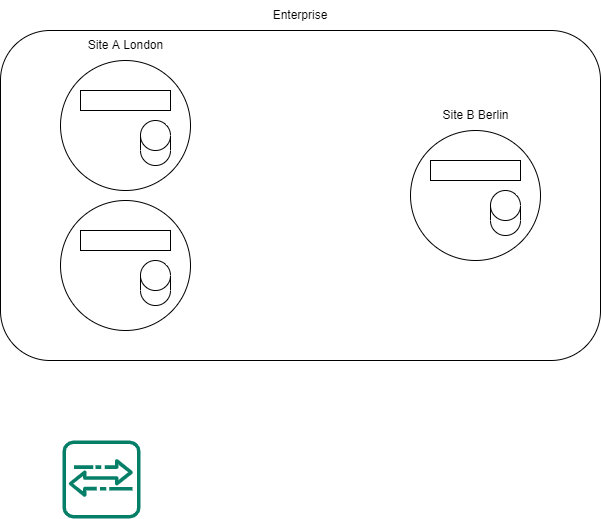
The draw.io diagram images/Imprivata.drawio.png in Radriverron/radriverron.github.io, before a commit. Source tidied: cells renumbered, new cells last; positions are measured from the earlier drawing's top-left corner, leaving out a move shared by most shapes.
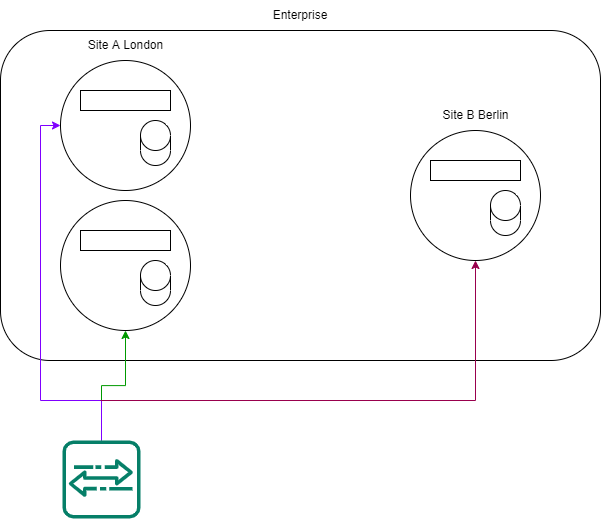
The same file after the commit.

What changed in the source:
```diff
@@ -41,6 +41,24 @@
     <mxCell id="14" style="shape=cylinder3;whiteSpace=wrap;html=1;boundedLbl=1;backgroundOutline=1;size=15;" parent="1" vertex="1">
       <mxGeometry x="140" y="260" width="30" height="45" as="geometry" />
     </mxCell>
+    <mxCell id="16" style="edgeStyle=orthogonalEdgeStyle;rounded=0;jettySize=auto;html=1;entryX=0.5;entryY=1;entryDx=0;entryDy=0;fillColor=#d5e8d4;strokeColor=#009900;" parent="1" edge="1" source="15" target="4">
+      <mxGeometry relative="1" as="geometry" />
+    </mxCell>
+    <mxCell id="17" style="edgeStyle=orthogonalEdgeStyle;rounded=0;jettySize=auto;html=1;entryX=0;entryY=0.5;entryDx=0;entryDy=0;strokeColor=#7F00FF;" parent="1" edge="1" target="3">
+      <mxGeometry relative="1" as="geometry">
+        <mxPoint x="101" y="440" as="sourcePoint" />
+        <Array as="points">
+          <mxPoint x="101" y="400" />
+          <mxPoint x="40" y="400" />
+          <mxPoint x="40" y="125" />
+        </Array>
+      </mxGeometry>
+    </mxCell>
+    <mxCell id="18" style="edgeStyle=orthogonalEdgeStyle;rounded=0;jettySize=auto;html=1;entryX=0.5;entryY=1;entryDx=0;entryDy=0;strokeColor=#99004D;" parent="1" edge="1" target="5">
+      <mxGeometry relative="1" as="geometry">
+        <mxPoint x="100" y="400" as="sourcePoint" />
+      </mxGeometry>
+    </mxCell>
     <mxCell id="15" style="sketch=0;outlineConnect=0;fontColor=#232F3E;gradientColor=none;fillColor=#067F68;strokeColor=none;dashed=0;verticalLabelPosition=bottom;verticalAlign=top;align=center;html=1;fontSize=12;fontStyle=0;shape=mxgraph.aws4.agent2;" parent="1" vertex="1">
       <mxGeometry x="62" y="440" width="78" height="78" as="geometry" />
     </mxCell>
```
